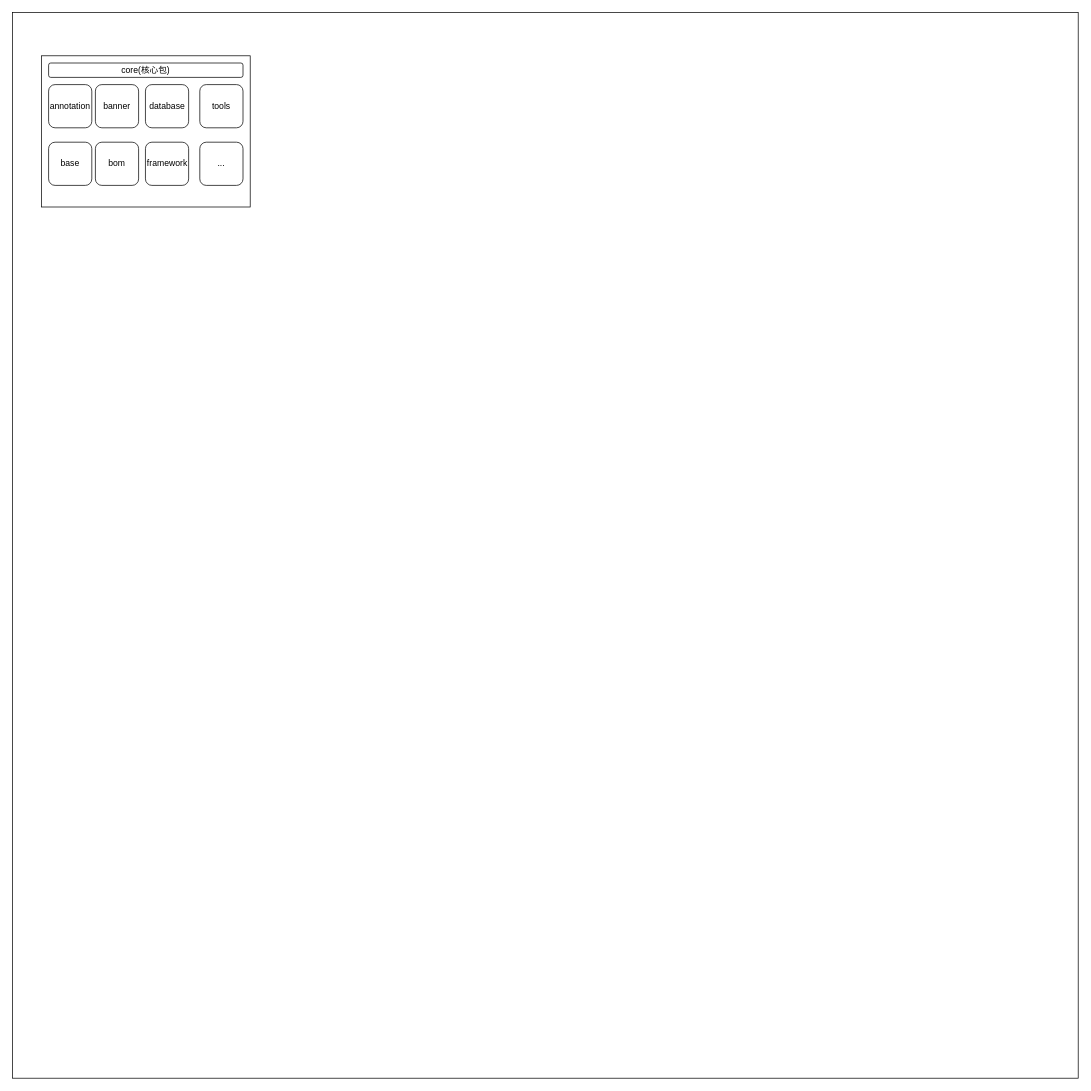
Above: 未命名绘图.drawio in stoneNyKing/design (draw.io), before the change. Source tidied: cells renumbered, new cells numbered last; positions are measured from the earlier drawing's top-left corner, leaving out a move shared by most shapes. Both pictures are drawn from the tidied source at 72%, with x=0, y=0 at pixel (12, 12).
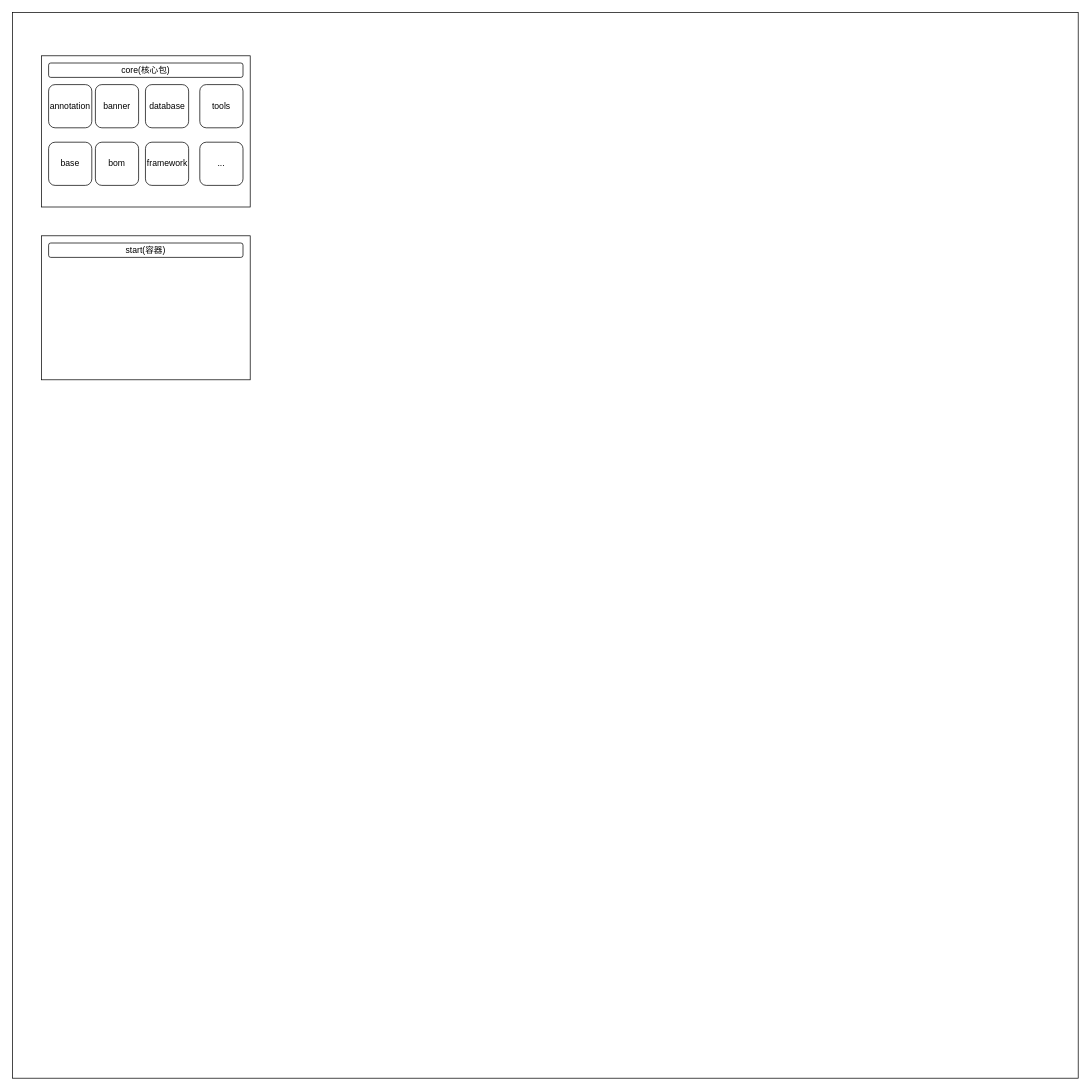
After the change.

The edit, as a diff of the source:
```diff
@@
 <mxGraphModel>
   <root>
     <mxCell id="0" />
     <mxCell id="1" parent="0" />
     <mxCell id="2" style="whiteSpace=wrap;html=1;" parent="1" vertex="1">
       <mxGeometry width="1480" height="1480" as="geometry" />
     </mxCell>
     <mxCell id="3" style="rounded=0;whiteSpace=wrap;html=1;" parent="1" vertex="1">
       <mxGeometry x="40" y="60" width="290" height="210" as="geometry" />
     </mxCell>
     <mxCell id="4" value="core(核心包)" style="rounded=1;whiteSpace=wrap;html=1;" parent="1" vertex="1">
       <mxGeometry x="50" y="70" width="270" height="20" as="geometry" />
     </mxCell>
     <mxCell id="5" value="annotation" style="whiteSpace=wrap;html=1;rounded=1;" parent="1" vertex="1">
       <mxGeometry x="50" y="100" width="60" height="60" as="geometry" />
     </mxCell>
     <mxCell id="6" value="banner" style="whiteSpace=wrap;html=1;rounded=1;" parent="1" vertex="1">
       <mxGeometry x="115" y="100" width="60" height="60" as="geometry" />
     </mxCell>
     <mxCell id="7" value="database" style="whiteSpace=wrap;html=1;rounded=1;" parent="1" vertex="1">
       <mxGeometry x="184.5" y="100" width="60" height="60" as="geometry" />
     </mxCell>
     <mxCell id="8" value="tools" style="whiteSpace=wrap;html=1;rounded=1;" parent="1" vertex="1">
       <mxGeometry x="260" y="100" width="60" height="60" as="geometry" />
     </mxCell>
     <mxCell id="9" value="base" style="whiteSpace=wrap;html=1;rounded=1;" parent="1" vertex="1">
       <mxGeometry x="50" y="180" width="60" height="60" as="geometry" />
     </mxCell>
     <mxCell id="10" value="bom" style="whiteSpace=wrap;html=1;rounded=1;" parent="1" vertex="1">
       <mxGeometry x="115" y="180" width="60" height="60" as="geometry" />
     </mxCell>
     <mxCell id="11" value="framework" style="whiteSpace=wrap;html=1;rounded=1;" parent="1" vertex="1">
       <mxGeometry x="184.5" y="180" width="60" height="60" as="geometry" />
     </mxCell>
     <mxCell id="12" value="..." style="whiteSpace=wrap;html=1;rounded=1;" parent="1" vertex="1">
       <mxGeometry x="260" y="180" width="60" height="60" as="geometry" />
     </mxCell>
+    <mxCell id="13" style="rounded=0;whiteSpace=wrap;html=1;" parent="1" vertex="1">
+      <mxGeometry x="40" y="310" width="290" height="200" as="geometry" />
+    </mxCell>
+    <mxCell id="14" value="start(容器)" style="rounded=1;whiteSpace=wrap;html=1;" parent="1" vertex="1">
+      <mxGeometry x="50" y="320" width="270" height="20" as="geometry" />
+    </mxCell>
   </root>
 </mxGraphModel>
```
